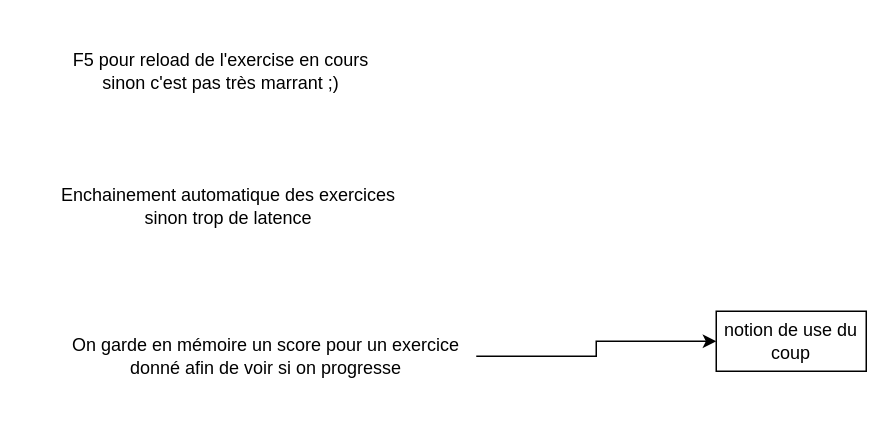
This is page "Idées en vrac" (5 of 6) of CdC_OctoType.drawio from Zergoma/OctoType, a draw.io file, before an edit. Source tidied: cells renumbered, new cells numbered last; positions are measured from the earlier drawing's top-left corner, leaving out a move shared by most shapes. Both pictures are drawn from the tidied source at 150%, with x=0, y=0 at pixel (26, 26).
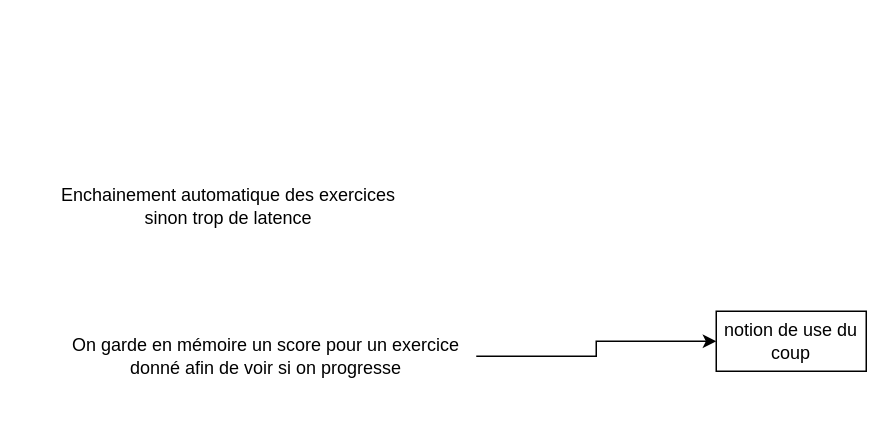
Above is the later version.

The edit, as a diff of the source:
```diff
@@
 <mxGraphModel>
   <root>
     <mxCell id="0" />
     <mxCell id="1" parent="0" />
-    <mxCell id="2" value="F5 pour reload de l'exercise en cours&lt;div&gt;sinon c'est pas très marrant ;)&lt;/div&gt;" style="text;html=1;whiteSpace=wrap;strokeColor=none;fillColor=none;align=center;verticalAlign=middle;rounded=0;" parent="1" vertex="1">
-      <mxGeometry width="260" height="60" as="geometry" />
-    </mxCell>
     <mxCell id="3" value="Enchainement automatique des exercices sinon trop de latence" style="text;html=1;whiteSpace=wrap;strokeColor=none;fillColor=none;align=center;verticalAlign=middle;rounded=0;" parent="1" vertex="1">
       <mxGeometry x="20" y="90" width="230" height="60" as="geometry" />
     </mxCell>
     <mxCell id="4" style="edgeStyle=orthogonalEdgeStyle;rounded=0;jettySize=auto;html=1;" parent="1" edge="1" source="5" target="6">
       <mxGeometry relative="1" as="geometry" />
     </mxCell>
     <mxCell id="5" value="On garde en mémoire un score pour un exercice donné afin de voir si on progresse" style="text;html=1;whiteSpace=wrap;strokeColor=none;fillColor=none;align=center;verticalAlign=middle;rounded=0;" parent="1" vertex="1">
       <mxGeometry x="20" y="190" width="280" height="60" as="geometry" />
     </mxCell>
     <mxCell id="6" value="notion de use du coup" style="whiteSpace=wrap;html=1;" parent="1" vertex="1">
       <mxGeometry x="460" y="190" width="100" height="40" as="geometry" />
     </mxCell>
   </root>
 </mxGraphModel>
```
